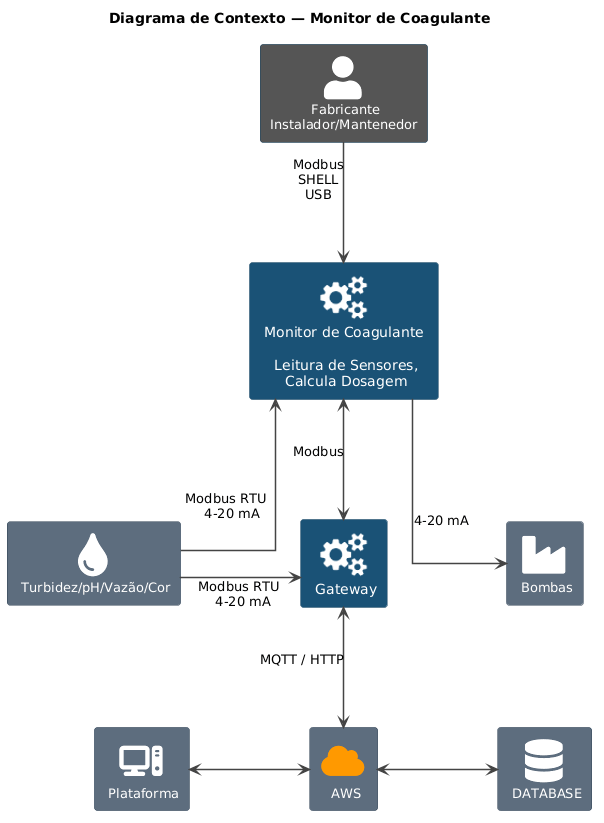
Monique-HidroSolo/plantuml keeps this PlantUML diagram as Documentação Monitor/Contexto.png. Above is the earlier version. Its diagram source:
```plantuml
@startuml
!include <tupadr3/common>
!include <tupadr3/font-awesome-5/user>
!include <tupadr3/font-awesome-5/server>
!include <tupadr3/font-awesome-5/database>
!include <tupadr3/font-awesome-5/microchip>
!include <tupadr3/font-awesome-5/network_wired>
!include <tupadr3/font-awesome-5/cloud>
!include <tupadr3/font-awesome-5/tint>
!include <tupadr3/font-awesome-5/industry>
!include <tupadr3/font-awesome/gears>
!include <tupadr3/font-awesome-6/computer>

title Diagrama de Contexto — Monitor de Coagulante

top to bottom direction

skinparam defaultTextAlignment center
skinparam arrowMessageAlignment center
skinparam ArrowColor #444444
skinparam ArrowThickness 1.5
skinparam linetype ortho
skinparam nodesep 120
skinparam ranksep 120
skinparam rectangleFontColor #FFFFFF
skinparam rectangleBorderColor #2C3E50
skinparam rectangleRoundCorner 6

skinparam rectangle {
 BackgroundColor #5D6D7E
 BorderColor #2C3E50
 FontColor #FFFFFF
 FontSize 13
}

skinparam rectangle<<sistema>> {
 BackgroundColor #1A5276
 BorderColor #154360
 FontColor #FFFFFF
 FontSize 14
}

skinparam rectangle<<pessoa>> {
 BackgroundColor #5
 BorderColor #154360
 FontColor #FFFFFF
}

hide stereotype

FA5_USER(iconFab, "Fabricante\nInstalador/Mantenedor", rectangle, #FFFFFF) <<pessoa>>
FA_GEARS(iconMC, "Monitor de Coagulante \n\n Leitura de Sensores,\n Calcula Dosagem", rectangle, #FFFFFF) <<sistema>>
FA5_TINT(iconModbus, "Turbidez/pH/Vazão/Cor", rectangle, #FFFFFF)
FA_GEARS(iconGW, "Gateway", rectangle, #FFFFFF) <<sistema>>
FA5_INDUSTRY(iconAtuadores, "Bombas", rectangle, #FFFFFF)
FA5_CLOUD(iconAWS, "AWS", rectangle, #FF9900)
FA5_DATABASE(iconDB, "DATABASE", rectangle, #FFFFFF)
FA6_COMPUTER(iconC, "Plataforma", rectangle, #FFFFFF)

iconFab      -down-> iconMC       : Modbus\nSHELL\nUSB
iconModbus   -up-> iconMC       : "Modbus RTU  \n 4-20 mA"
iconModbus   -right-> iconGW       : "Modbus RTU \n 4-20 mA"
iconMC       -down-> iconAtuadores: "4-20 mA"
iconMC <-down-> iconGW :\nModbus
iconGW       <-down-> iconAWS     : MQTT / HTTP
iconAWS      <-right-> iconDB
iconC      <-right-> iconAWS
@enduml
```
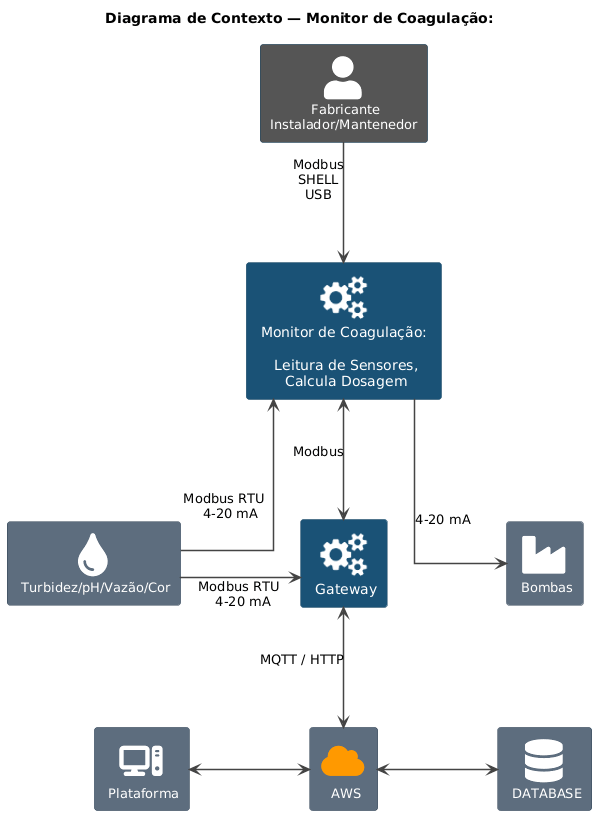
The same diagram one commit later.

What changed in the source:
```diff
@@ -11,7 +11,7 @@
 !include <tupadr3/font-awesome/gears>
 !include <tupadr3/font-awesome-6/computer>
 
-title Diagrama de Contexto — Monitor de Coagulante
+title Diagrama de Contexto — Monitor de Coagulação:
 
 top to bottom direction
 
@@ -49,7 +49,7 @@
 hide stereotype
 
 FA5_USER(iconFab, "Fabricante\nInstalador/Mantenedor", rectangle, #FFFFFF) <<pessoa>>
-FA_GEARS(iconMC, "Monitor de Coagulante \n\n Leitura de Sensores,\n Calcula Dosagem", rectangle, #FFFFFF) <<sistema>>
+FA_GEARS(iconMC, "Monitor de Coagulação: \n\n Leitura de Sensores,\n Calcula Dosagem", rectangle, #FFFFFF) <<sistema>>
 FA5_TINT(iconModbus, "Turbidez/pH/Vazão/Cor", rectangle, #FFFFFF)
 FA_GEARS(iconGW, "Gateway", rectangle, #FFFFFF) <<sistema>>
 FA5_INDUSTRY(iconAtuadores, "Bombas", rectangle, #FFFFFF)
```
